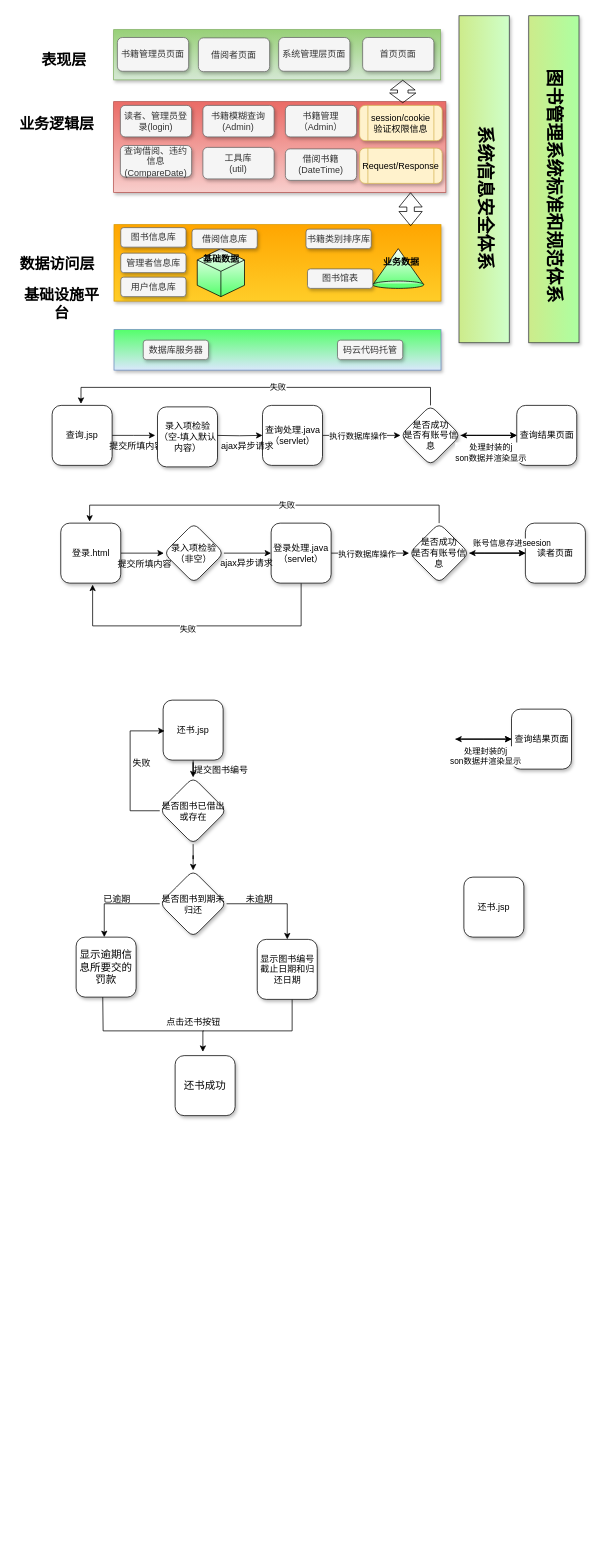
The draw.io diagram Untitled Diagram.drawio in roundaboutfuture/test, before the edit. Source tidied: cells renumbered, new cells numbered last; positions are measured from the earlier drawing's top-left corner, leaving out a move shared by most shapes. Both pictures are drawn from the tidied source at 75%, with x=0, y=0 at pixel (16, 29).
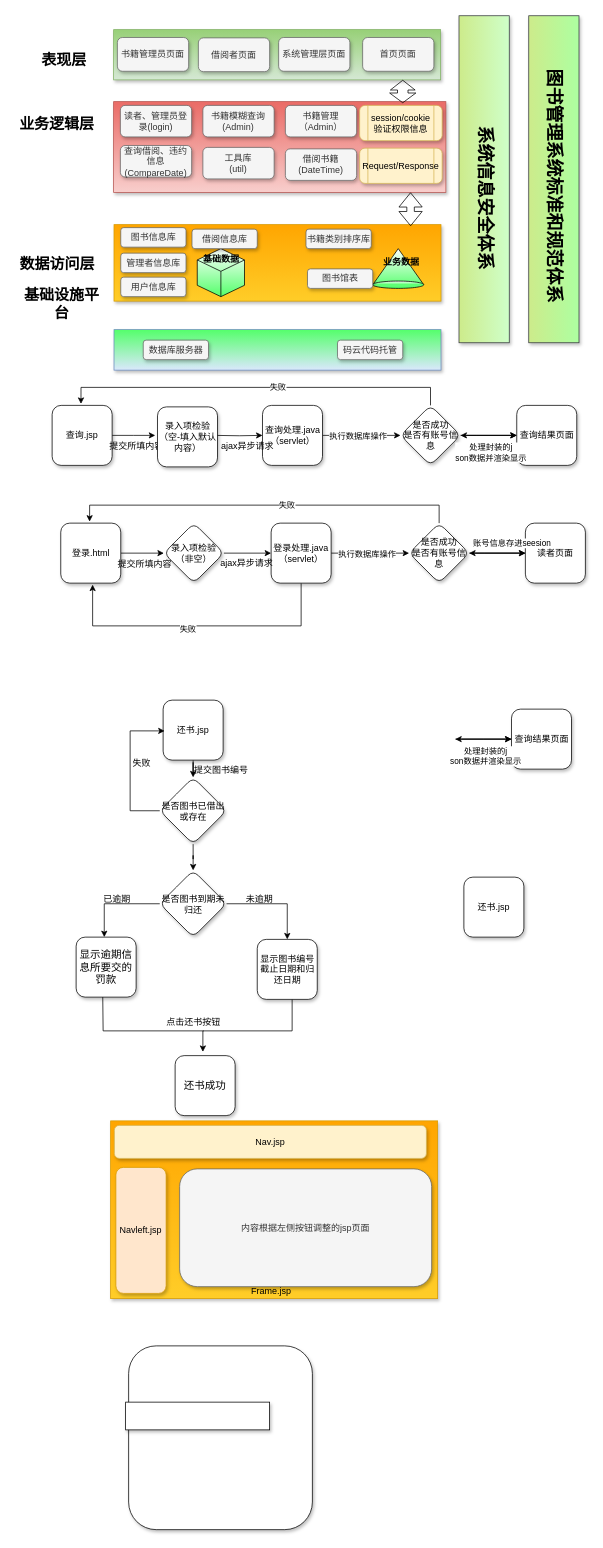
The same page after the edit.

Change to the diagram source:
```diff
@@
+    <mxCell id="100" style="whiteSpace=wrap;html=1;rounded=1;shadow=1;" parent="1" vertex="1">
+      <mxGeometry x="150" y="1755" width="245" height="245" as="geometry" />
+    </mxCell>
+    <mxCell id="101" style="rounded=0;whiteSpace=wrap;html=1;shadow=1;" parent="1" vertex="1">
+      <mxGeometry x="146" y="1830" width="192" height="37" as="geometry" />
+    </mxCell>
+    <mxCell id="102" style="rounded=0;whiteSpace=wrap;html=1;gradientDirection=north;gradientColor=#ffa500;shadow=1;spacingTop=0;perimeterSpacing=20;fillColor=#ffcd28;strokeColor=#d79b00;" parent="1" vertex="1">
+      <mxGeometry x="126" y="1455" width="436" height="237" as="geometry" />
+    </mxCell>
+    <mxCell id="103" value="Nav.jsp" style="rounded=1;whiteSpace=wrap;html=1;shadow=1;fillColor=#fff2cc;strokeColor=#d6b656;" parent="1" vertex="1">
+      <mxGeometry x="131" y="1461" width="416" height="44" as="geometry" />
+    </mxCell>
+    <mxCell id="104" value="Frame.jsp" style="text;html=1;align=center;verticalAlign=middle;strokeColor=none;fillColor=none;" parent="1" vertex="1">
+      <mxGeometry x="308" y="1673" width="63" height="18" as="geometry" />
+    </mxCell>
+    <mxCell id="105" value="Navleft.jsp" style="rounded=1;whiteSpace=wrap;html=1;shadow=1;fillColor=#ffe6cc;strokeColor=#d79b00;" parent="1" vertex="1">
+      <mxGeometry x="133" y="1517" width="67" height="168" as="geometry" />
+    </mxCell>
+    <mxCell id="106" value="内容根据左侧按钮调整的jsp页面" style="rounded=1;whiteSpace=wrap;html=1;shadow=1;fillColor=#f5f5f5;fontColor=#333333;strokeColor=#666666;" parent="1" vertex="1">
+      <mxGeometry x="218" y="1519" width="336" height="157" as="geometry" />
+    </mxCell>
```
